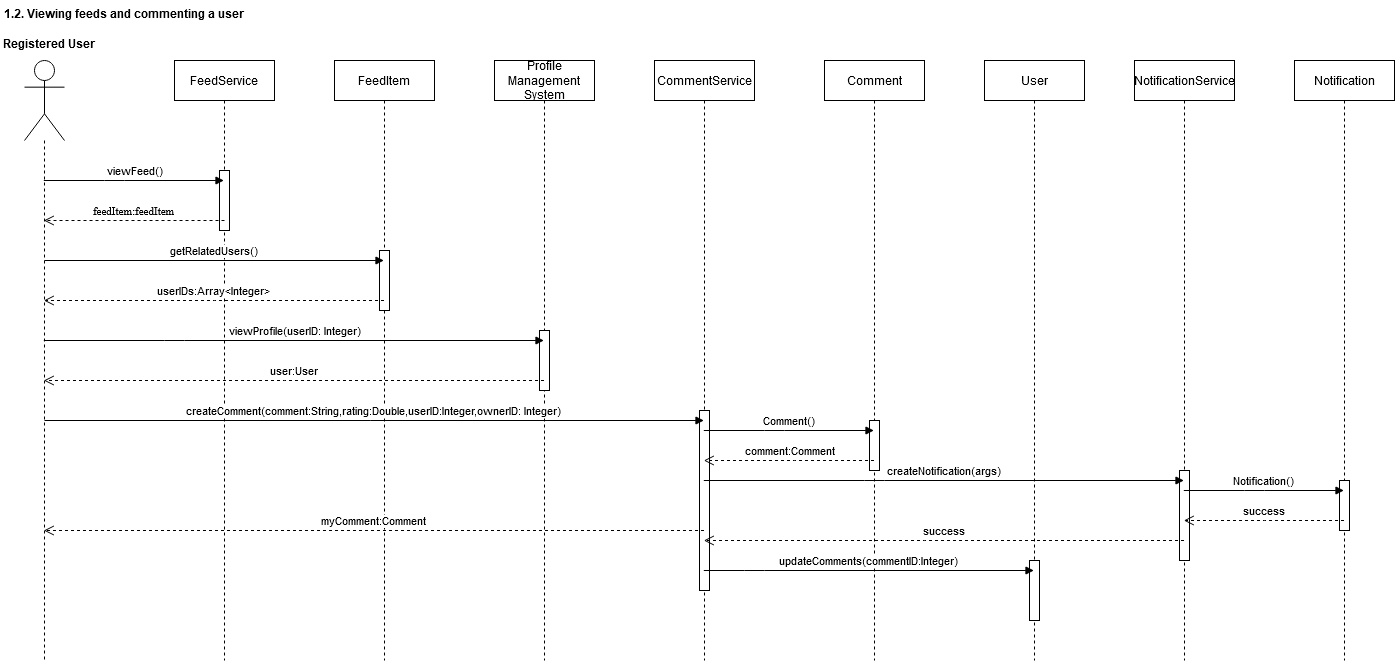
Earlier version of the draw.io export diagrams/SequenceDiagrams/SequenceDiagram12.png (bounswe/bounswe2020group3). Source tidied: cells renumbered, new cells last; positions are measured from the earlier drawing's top-left corner, leaving out a move shared by most shapes. Its diagram source:
```xml
<mxGraphModel>
  <root>
    <mxCell id="0" />
    <mxCell id="1" parent="0" />
    <mxCell id="2" style="shape=umlLifeline;participant=umlActor;perimeter=lifelinePerimeter;whiteSpace=wrap;html=1;verticalAlign=top;spacingTop=36;labelBackgroundColor=#ffffff;outlineConnect=0;size=80;" parent="1" vertex="1">
      <mxGeometry x="10" y="60" width="40" height="600" as="geometry" />
    </mxCell>
    <mxCell id="3" value="Registered User" style="text;align=center;fontStyle=1;verticalAlign=middle;spacingLeft=3;spacingRight=3;strokeColor=none;" parent="1" vertex="1">
      <mxGeometry y="30" width="70" height="26" as="geometry" />
    </mxCell>
    <mxCell id="4" value="FeedService" style="shape=umlLifeline;perimeter=lifelinePerimeter;whiteSpace=wrap;html=1;outlineConnect=0;" parent="1" vertex="1">
      <mxGeometry x="160" y="60" width="100" height="600" as="geometry" />
    </mxCell>
    <mxCell id="5" style="html=1;perimeter=orthogonalPerimeter;" parent="4" vertex="1">
      <mxGeometry x="45" y="110" width="10" height="60" as="geometry" />
    </mxCell>
    <mxCell id="6" value="viewFeed()" style="html=1;verticalAlign=bottom;endArrow=block;" parent="1" edge="1" source="2" target="4">
      <mxGeometry relative="1" as="geometry">
        <Array as="points">
          <mxPoint x="100" y="180" />
        </Array>
      </mxGeometry>
    </mxCell>
    <mxCell id="7" value="&lt;font face=&quot;Times New Roman&quot;&gt;feedItem:feedItem&lt;/font&gt;" style="html=1;verticalAlign=bottom;endArrow=open;dashed=1;endSize=8;" parent="1" edge="1" target="2">
      <mxGeometry relative="1" as="geometry">
        <mxPoint x="210" y="220" as="sourcePoint" />
      </mxGeometry>
    </mxCell>
    <mxCell id="8" value="FeedItem" style="shape=umlLifeline;perimeter=lifelinePerimeter;whiteSpace=wrap;html=1;outlineConnect=0;" parent="1" vertex="1">
      <mxGeometry x="320" y="60" width="100" height="600" as="geometry" />
    </mxCell>
    <mxCell id="9" style="html=1;perimeter=orthogonalPerimeter;" parent="8" vertex="1">
      <mxGeometry x="45" y="190" width="10" height="60" as="geometry" />
    </mxCell>
    <mxCell id="10" value="getRelatedUsers()" style="html=1;verticalAlign=bottom;endArrow=block;" parent="1" edge="1" target="8">
      <mxGeometry relative="1" as="geometry">
        <mxPoint x="30" y="260" as="sourcePoint" />
      </mxGeometry>
    </mxCell>
    <mxCell id="11" value="userIDs:Array&amp;lt;Integer&amp;gt;" style="html=1;verticalAlign=bottom;endArrow=open;dashed=1;endSize=8;" parent="1" edge="1" source="8" target="2">
      <mxGeometry relative="1" as="geometry">
        <Array as="points">
          <mxPoint x="210" y="300" />
        </Array>
      </mxGeometry>
    </mxCell>
    <mxCell id="12" value="&lt;div&gt;Profile&lt;/div&gt;&lt;div&gt;Management&lt;/div&gt;&lt;div&gt;System&lt;/div&gt;" style="shape=umlLifeline;perimeter=lifelinePerimeter;whiteSpace=wrap;html=1;outlineConnect=0;" parent="1" vertex="1">
      <mxGeometry x="480" y="60" width="100" height="600" as="geometry" />
    </mxCell>
    <mxCell id="13" style="html=1;perimeter=orthogonalPerimeter;" parent="12" vertex="1">
      <mxGeometry x="45" y="270" width="10" height="60" as="geometry" />
    </mxCell>
    <mxCell id="14" value="viewProfile(userID: Integer)" style="html=1;verticalAlign=bottom;startArrow=none;startFill=0;endArrow=block;startSize=8;" parent="1" edge="1" source="2" target="12">
      <mxGeometry relative="1" as="geometry">
        <Array as="points">
          <mxPoint x="160" y="340" />
        </Array>
      </mxGeometry>
    </mxCell>
    <mxCell id="15" value="user:User" style="html=1;verticalAlign=bottom;endArrow=open;dashed=1;endSize=8;" parent="1" edge="1" source="12" target="2">
      <mxGeometry relative="1" as="geometry">
        <Array as="points">
          <mxPoint x="280" y="380" />
        </Array>
      </mxGeometry>
    </mxCell>
    <mxCell id="16" value="CommentService" style="shape=umlLifeline;perimeter=lifelinePerimeter;whiteSpace=wrap;html=1;outlineConnect=0;" parent="1" vertex="1">
      <mxGeometry x="640" y="60" width="100" height="600" as="geometry" />
    </mxCell>
    <mxCell id="17" style="html=1;perimeter=orthogonalPerimeter;" parent="16" vertex="1">
      <mxGeometry x="45" y="350" width="10" height="180" as="geometry" />
    </mxCell>
    <mxCell id="18" value="createComment(comment:String,rating:Double,userID:Integer,ownerID: Integer)" style="html=1;verticalAlign=bottom;endArrow=block;" parent="1" edge="1" target="16">
      <mxGeometry relative="1" as="geometry">
        <mxPoint x="30" y="420" as="sourcePoint" />
      </mxGeometry>
    </mxCell>
    <mxCell id="19" value="Comment" style="shape=umlLifeline;perimeter=lifelinePerimeter;whiteSpace=wrap;html=1;outlineConnect=0;" parent="1" vertex="1">
      <mxGeometry x="810" y="60" width="100" height="600" as="geometry" />
    </mxCell>
    <mxCell id="20" style="html=1;perimeter=orthogonalPerimeter;" parent="19" vertex="1">
      <mxGeometry x="45" y="360" width="10" height="50" as="geometry" />
    </mxCell>
    <mxCell id="21" value="Comment()" style="html=1;verticalAlign=bottom;endArrow=block;" parent="1" edge="1" source="16" target="19">
      <mxGeometry relative="1" as="geometry">
        <Array as="points">
          <mxPoint x="760" y="430" />
        </Array>
      </mxGeometry>
    </mxCell>
    <mxCell id="22" value="comment:Comment" style="html=1;verticalAlign=bottom;endArrow=open;dashed=1;endSize=8;" parent="1" edge="1" source="19" target="16">
      <mxGeometry relative="1" as="geometry">
        <Array as="points">
          <mxPoint x="770" y="460" />
        </Array>
      </mxGeometry>
    </mxCell>
    <mxCell id="23" value="User" style="shape=umlLifeline;perimeter=lifelinePerimeter;whiteSpace=wrap;html=1;outlineConnect=0;" parent="1" vertex="1">
      <mxGeometry x="970" y="60" width="100" height="600" as="geometry" />
    </mxCell>
    <mxCell id="24" style="html=1;perimeter=orthogonalPerimeter;" parent="23" vertex="1">
      <mxGeometry x="45" y="500" width="10" height="60" as="geometry" />
    </mxCell>
    <mxCell id="25" value="updateComments(commentID:Integer)" style="html=1;verticalAlign=bottom;endArrow=block;" parent="1" edge="1" source="16" target="23">
      <mxGeometry relative="1" as="geometry">
        <Array as="points">
          <mxPoint x="740" y="570" />
        </Array>
      </mxGeometry>
    </mxCell>
    <mxCell id="26" value="1.2. Viewing feeds and commenting a user" style="text;align=center;fontStyle=1;verticalAlign=middle;spacingLeft=3;spacingRight=3;strokeColor=none;" parent="1" vertex="1">
      <mxGeometry x="70" width="80" height="26" as="geometry" />
    </mxCell>
    <mxCell id="27" value="myComment:Comment" style="html=1;verticalAlign=bottom;endArrow=open;dashed=1;endSize=8;" parent="1" edge="1" source="16" target="2">
      <mxGeometry relative="1" as="geometry">
        <Array as="points">
          <mxPoint x="460" y="530" />
        </Array>
      </mxGeometry>
    </mxCell>
    <mxCell id="28" value="NotificationService" style="shape=umlLifeline;perimeter=lifelinePerimeter;whiteSpace=wrap;html=1;outlineConnect=0;size=40;" parent="1" vertex="1">
      <mxGeometry x="1120" y="60" width="100" height="600" as="geometry" />
    </mxCell>
    <mxCell id="29" style="html=1;perimeter=orthogonalPerimeter;" parent="28" vertex="1">
      <mxGeometry x="45" y="410" width="10" height="90" as="geometry" />
    </mxCell>
    <mxCell id="30" value="createNotification(args)" style="html=1;verticalAlign=bottom;endArrow=block;" parent="1" edge="1" source="16" target="28">
      <mxGeometry relative="1" as="geometry">
        <Array as="points">
          <mxPoint x="860" y="480" />
        </Array>
      </mxGeometry>
    </mxCell>
    <mxCell id="31" value="Notification" style="shape=umlLifeline;perimeter=lifelinePerimeter;whiteSpace=wrap;html=1;outlineConnect=0;size=40;" parent="1" vertex="1">
      <mxGeometry x="1280" y="60" width="100" height="600" as="geometry" />
    </mxCell>
    <mxCell id="32" style="html=1;perimeter=orthogonalPerimeter;" parent="31" vertex="1">
      <mxGeometry x="45" y="420" width="10" height="50" as="geometry" />
    </mxCell>
    <mxCell id="33" value="Notification()" style="html=1;verticalAlign=bottom;endArrow=block;" parent="1" edge="1" source="28" target="31">
      <mxGeometry relative="1" as="geometry">
        <Array as="points">
          <mxPoint x="1240" y="490" />
        </Array>
      </mxGeometry>
    </mxCell>
    <mxCell id="34" value="success" style="html=1;verticalAlign=bottom;endArrow=open;dashed=1;endSize=8;" parent="1" edge="1" source="31" target="28">
      <mxGeometry relative="1" as="geometry">
        <Array as="points">
          <mxPoint x="1260" y="520" />
        </Array>
      </mxGeometry>
    </mxCell>
    <mxCell id="35" value="success" style="html=1;verticalAlign=bottom;endArrow=open;dashed=1;endSize=8;" parent="1" edge="1" source="28" target="16">
      <mxGeometry relative="1" as="geometry">
        <Array as="points">
          <mxPoint x="920" y="540" />
        </Array>
      </mxGeometry>
    </mxCell>
  </root>
</mxGraphModel>
```
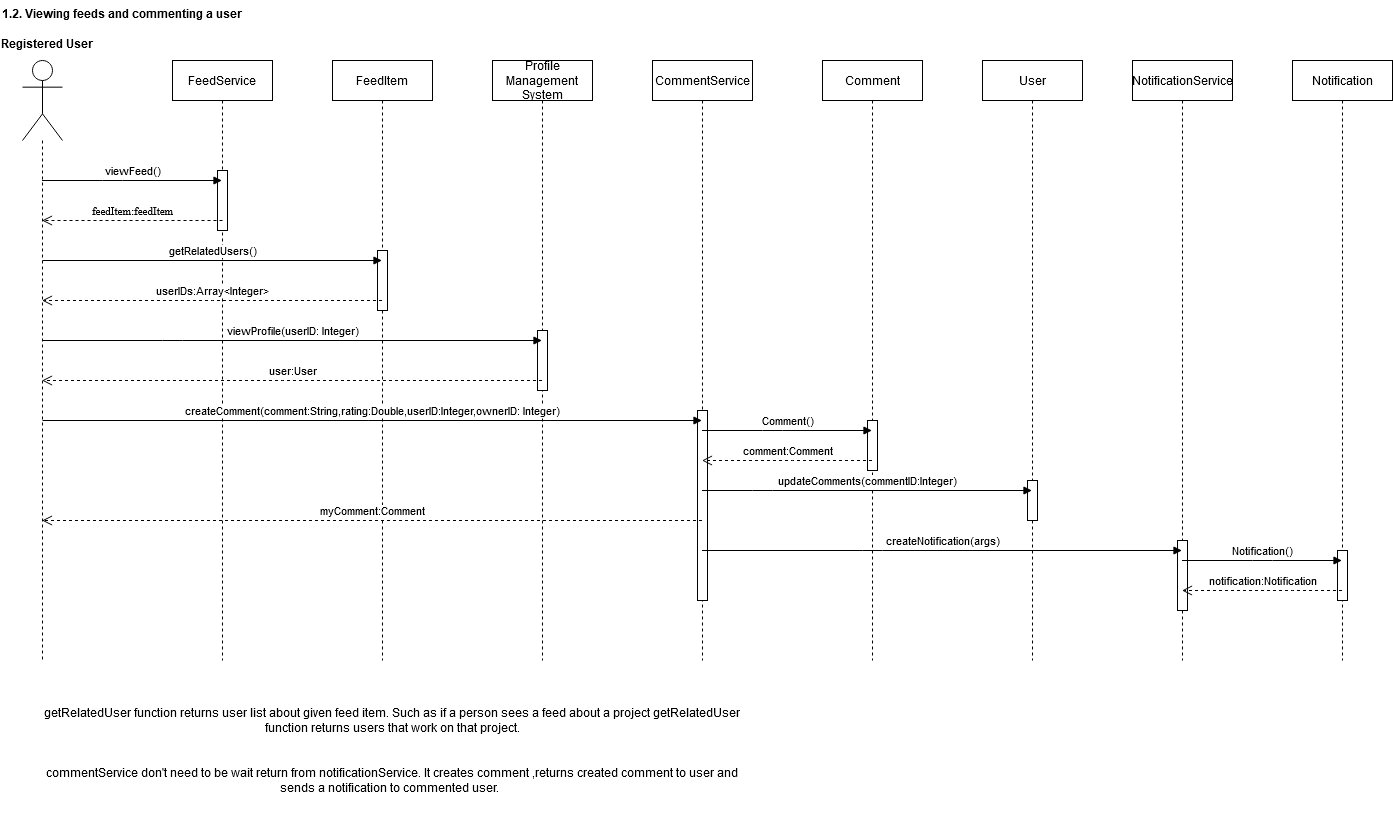
After the change.

What changed in the source:
```diff
@@ -68,7 +68,7 @@
       <mxGeometry x="640" y="60" width="100" height="600" as="geometry" />
     </mxCell>
     <mxCell id="17" style="html=1;perimeter=orthogonalPerimeter;" parent="16" vertex="1">
-      <mxGeometry x="45" y="350" width="10" height="180" as="geometry" />
+      <mxGeometry x="45" y="350" width="10" height="190" as="geometry" />
     </mxCell>
     <mxCell id="18" value="createComment(comment:String,rating:Double,userID:Integer,ownerID: Integer)" style="html=1;verticalAlign=bottom;endArrow=block;" parent="1" edge="1" target="16">
       <mxGeometry relative="1" as="geometry">
@@ -99,12 +99,12 @@
       <mxGeometry x="970" y="60" width="100" height="600" as="geometry" />
     </mxCell>
     <mxCell id="24" style="html=1;perimeter=orthogonalPerimeter;" parent="23" vertex="1">
-      <mxGeometry x="45" y="500" width="10" height="60" as="geometry" />
+      <mxGeometry x="45" y="420" width="10" height="40" as="geometry" />
     </mxCell>
     <mxCell id="25" value="updateComments(commentID:Integer)" style="html=1;verticalAlign=bottom;endArrow=block;" parent="1" edge="1" source="16" target="23">
       <mxGeometry relative="1" as="geometry">
         <Array as="points">
-          <mxPoint x="740" y="570" />
+          <mxPoint x="750" y="490" />
         </Array>
       </mxGeometry>
     </mxCell>
@@ -114,7 +114,7 @@
     <mxCell id="27" value="myComment:Comment" style="html=1;verticalAlign=bottom;endArrow=open;dashed=1;endSize=8;" parent="1" edge="1" source="16" target="2">
       <mxGeometry relative="1" as="geometry">
         <Array as="points">
-          <mxPoint x="460" y="530" />
+          <mxPoint x="490" y="520" />
         </Array>
       </mxGeometry>
     </mxCell>
@@ -122,12 +122,12 @@
       <mxGeometry x="1120" y="60" width="100" height="600" as="geometry" />
     </mxCell>
     <mxCell id="29" style="html=1;perimeter=orthogonalPerimeter;" parent="28" vertex="1">
-      <mxGeometry x="45" y="410" width="10" height="90" as="geometry" />
+      <mxGeometry x="45" y="480" width="10" height="70" as="geometry" />
     </mxCell>
     <mxCell id="30" value="createNotification(args)" style="html=1;verticalAlign=bottom;endArrow=block;" parent="1" edge="1" source="16" target="28">
       <mxGeometry relative="1" as="geometry">
         <Array as="points">
-          <mxPoint x="860" y="480" />
+          <mxPoint x="860" y="550" />
         </Array>
       </mxGeometry>
     </mxCell>
@@ -135,28 +135,27 @@
       <mxGeometry x="1280" y="60" width="100" height="600" as="geometry" />
     </mxCell>
     <mxCell id="32" style="html=1;perimeter=orthogonalPerimeter;" parent="31" vertex="1">
-      <mxGeometry x="45" y="420" width="10" height="50" as="geometry" />
+      <mxGeometry x="45" y="490" width="10" height="50" as="geometry" />
     </mxCell>
     <mxCell id="33" value="Notification()" style="html=1;verticalAlign=bottom;endArrow=block;" parent="1" edge="1" source="28" target="31">
       <mxGeometry relative="1" as="geometry">
         <Array as="points">
-          <mxPoint x="1240" y="490" />
+          <mxPoint x="1250" y="560" />
         </Array>
       </mxGeometry>
     </mxCell>
-    <mxCell id="34" value="success" style="html=1;verticalAlign=bottom;endArrow=open;dashed=1;endSize=8;" parent="1" edge="1" source="31" target="28">
+    <mxCell id="34" value="notification:Notification" style="html=1;verticalAlign=bottom;endArrow=open;dashed=1;endSize=8;" parent="1" edge="1" source="31" target="28">
       <mxGeometry relative="1" as="geometry">
         <Array as="points">
-          <mxPoint x="1260" y="520" />
+          <mxPoint x="1270" y="590" />
         </Array>
       </mxGeometry>
     </mxCell>
-    <mxCell id="35" value="success" style="html=1;verticalAlign=bottom;endArrow=open;dashed=1;endSize=8;" parent="1" edge="1" source="28" target="16">
-      <mxGeometry relative="1" as="geometry">
-        <Array as="points">
-          <mxPoint x="920" y="540" />
-        </Array>
-      </mxGeometry>
-    </mxCell>
+    <mxCell id="36" value="getRelatedUser function returns user list about given feed item. Such as if a person sees a feed about a project getRelatedUser function returns users that work on that project. " style="text;html=1;strokeColor=none;fillColor=none;align=center;verticalAlign=middle;whiteSpace=wrap;rounded=0;" parent="1" vertex="1">
+      <mxGeometry x="20" y="680" width="720" height="80" as="geometry" />
+    </mxCell>
+    <mxCell id="37" value="commentService don't need to be wait return from notificationService. It creates comment ,returns created comment to user and sends a notification to commented user. &amp;nbsp; " style="text;html=1;strokeColor=none;fillColor=none;align=center;verticalAlign=middle;whiteSpace=wrap;rounded=0;" parent="1" vertex="1">
+      <mxGeometry x="20" y="740" width="720" height="80" as="geometry" />
+    </mxCell>
   </root>
 </mxGraphModel>
```
